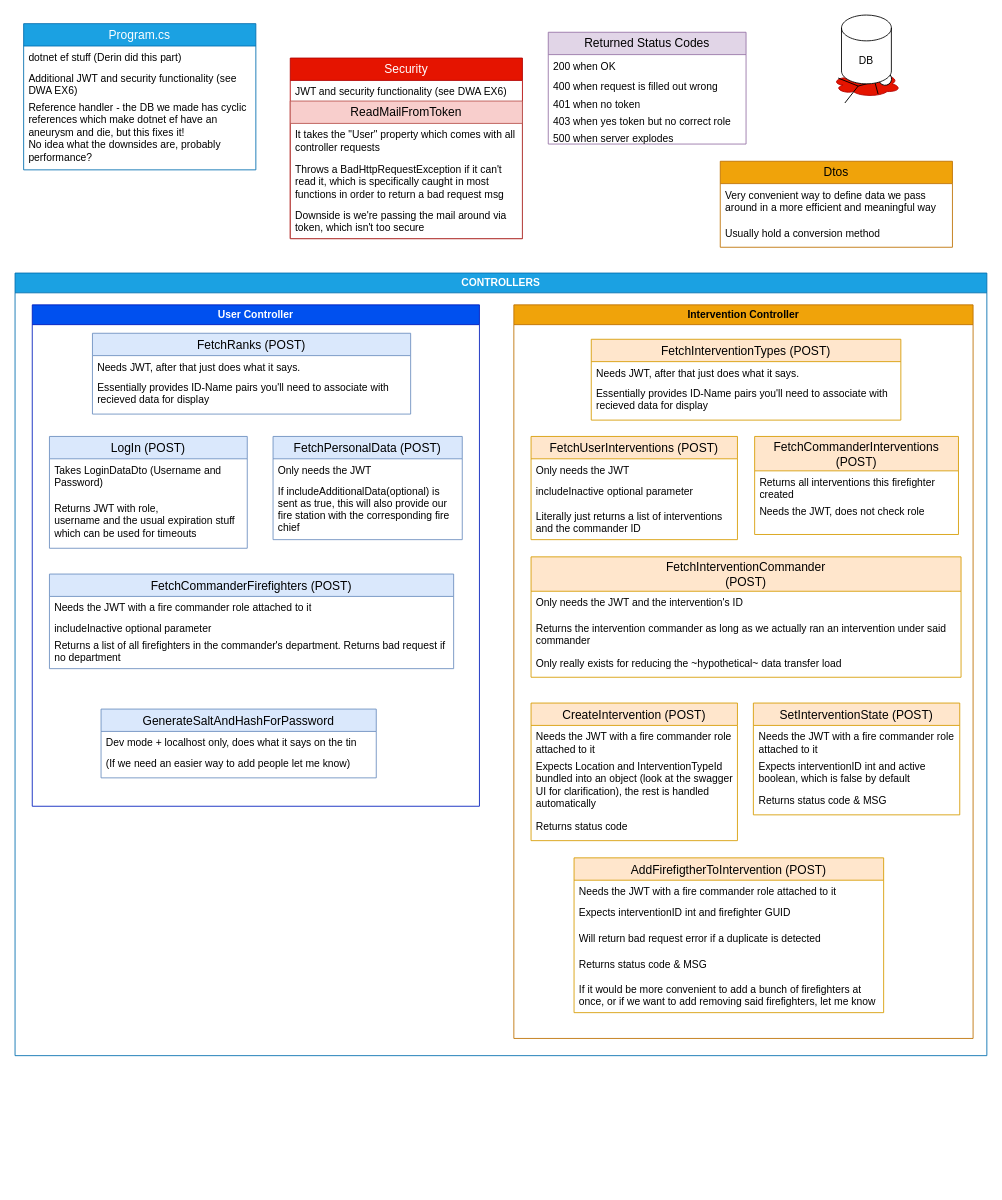
This is API/API_MAP.drawio from Team561/FIS-API, a draw.io file, before an edit. Source tidied: cells renumbered, new cells numbered last; positions are measured from the earlier drawing's top-left corner, leaving out a move shared by most shapes. Both pictures are drawn from the tidied source at 86%, with x=0, y=0 at pixel (15, 15).
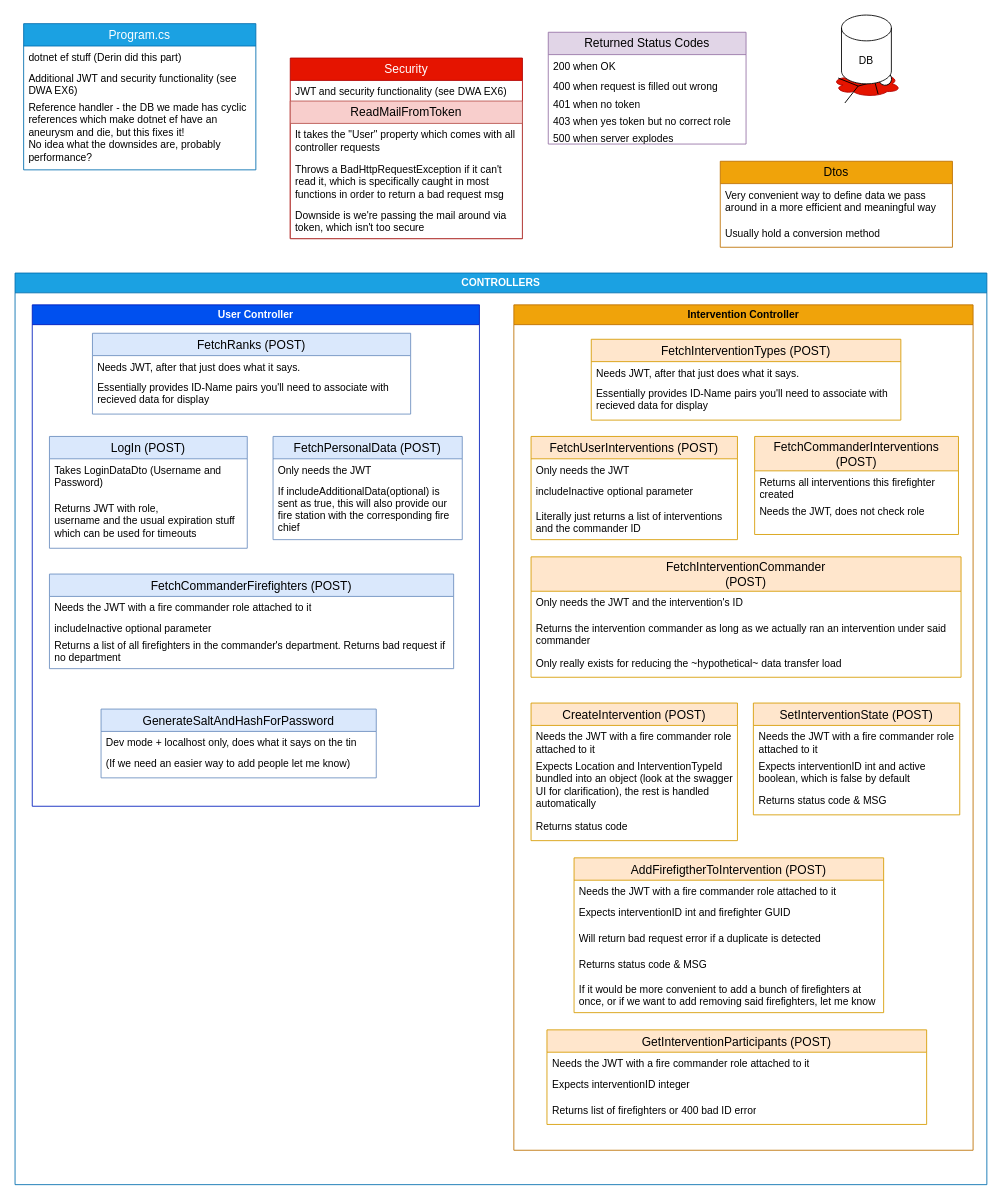
The same diagram, later.

Change to the diagram source:
```diff
@@
     <mxCell id="18" value="CONTROLLERS" style="swimlane;whiteSpace=wrap;html=1;fillColor=#1ba1e2;strokeColor=#006EAF;fontColor=#ffffff;" parent="1" vertex="1">
-      <mxGeometry y="300" width="1130" height="910" as="geometry" />
+      <mxGeometry y="300" width="1130" height="1060" as="geometry" />
     </mxCell>
     <mxCell id="19" value="Intervention Controller" style="swimlane;whiteSpace=wrap;html=1;fillColor=#f0a30a;strokeColor=#BD7000;fontColor=#000000;" parent="18" vertex="1">
-      <mxGeometry x="580" y="37" width="534" height="853" as="geometry" />
+      <mxGeometry x="580" y="37" width="534" height="983" as="geometry" />
     </mxCell>
@@
+    <mxCell id="71" value="GetInterventionParticipants (POST)" style="swimlane;fontStyle=0;horizontal=1;startSize=26;align=center;fontSize=14;fillColor=#ffe6cc;strokeColor=#d79b00;" parent="19" vertex="1">
+      <mxGeometry x="38.5" y="843" width="441.5" height="110" as="geometry" />
+    </mxCell>
+    <mxCell id="72" value="Needs the JWT with a fire commander role attached to it" style="text;strokeColor=none;fillColor=none;spacingLeft=4;spacingRight=4;overflow=hidden;fontSize=12;whiteSpace=wrap;" parent="71" vertex="1">
+      <mxGeometry y="26" width="441.5" height="24" as="geometry" />
+    </mxCell>
+    <mxCell id="73" value="Expects interventionID integer" style="text;strokeColor=none;fillColor=none;spacingLeft=4;spacingRight=4;overflow=hidden;fontSize=12;whiteSpace=wrap;" parent="71" vertex="1">
+      <mxGeometry y="50" width="441.5" height="30" as="geometry" />
+    </mxCell>
+    <mxCell id="74" value="Returns list of firefighters or 400 bad ID error" style="text;strokeColor=none;fillColor=none;spacingLeft=4;spacingRight=4;overflow=hidden;fontSize=12;whiteSpace=wrap;" parent="71" vertex="1">
+      <mxGeometry y="80" width="441.5" height="30" as="geometry" />
+    </mxCell>
```
